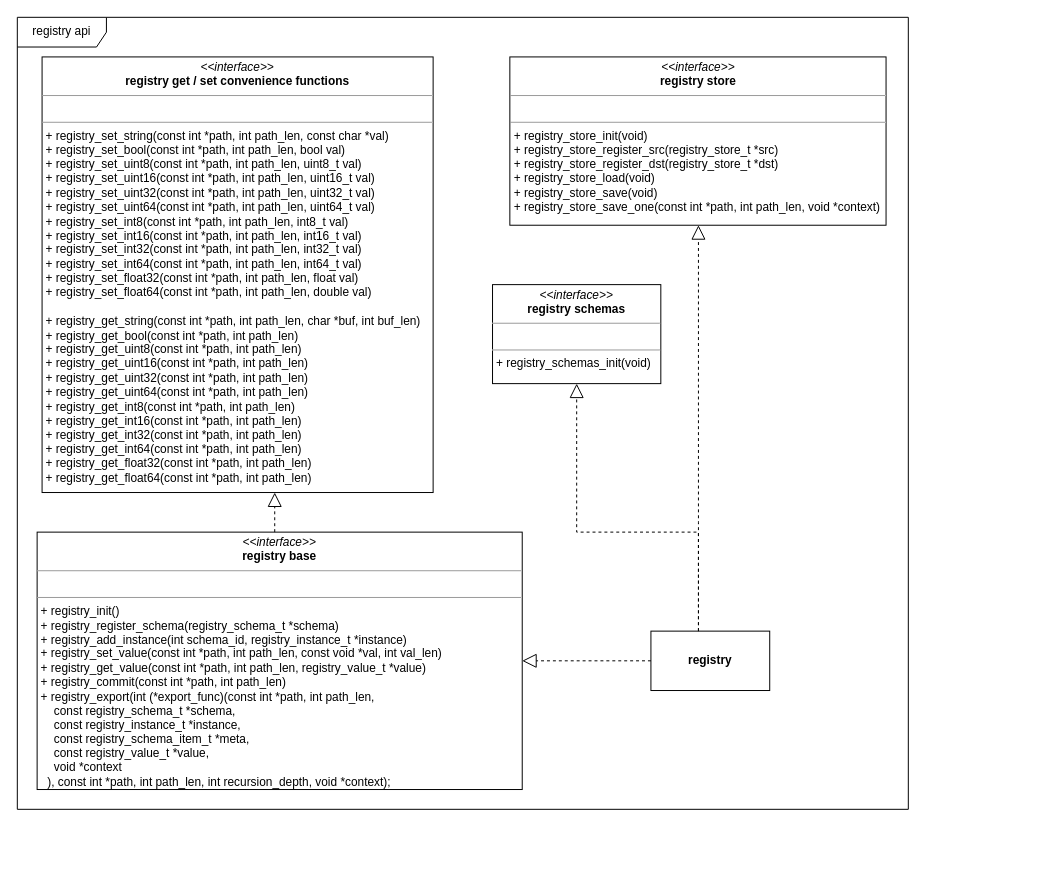
LasseRosenow/riot-runtime-config keeps this draw.io diagram as doc/drawio/api.drawio. Above is the earlier version. Source tidied: cells renumbered, new cells numbered last; positions are measured from the earlier drawing's top-left corner, leaving out a move shared by most shapes. Both pictures are drawn from the tidied source at 99%, with x=0, y=0 at pixel (17, 17).
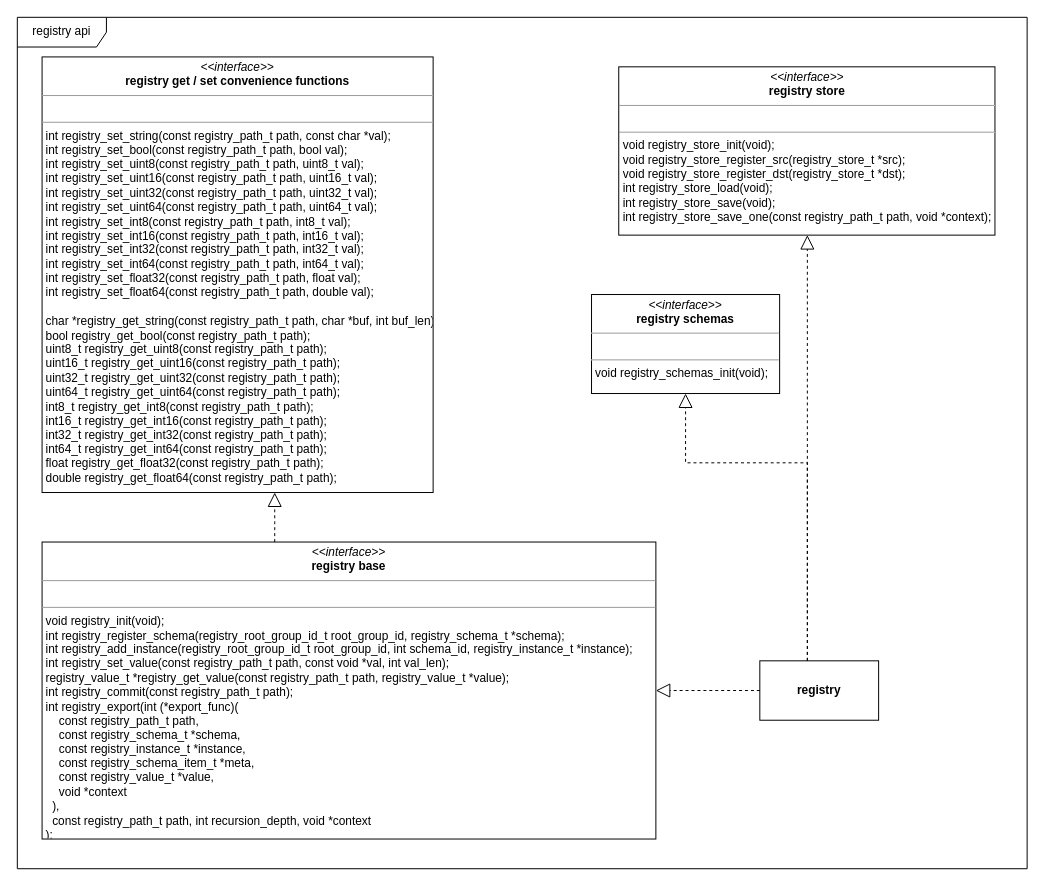
The same page after the edit.

What changed in the source:
```diff
@@
 <mxGraphModel background="#FFFFFF">
   <root>
     <mxCell id="0" />
     <mxCell id="1" parent="0" />
     <mxCell id="2" value="registry api" style="shape=umlFrame;whiteSpace=wrap;html=1;verticalAlign=top;width=90;height=30;swimlaneFillColor=#ffffff;" parent="1" vertex="1">
-      <mxGeometry width="900" height="800" as="geometry" />
+      <mxGeometry width="1020" height="860" as="geometry" />
     </mxCell>
-    <mxCell id="3" value="&lt;p style=&quot;margin: 0px ; margin-top: 4px ; text-align: center&quot;&gt;&lt;i&gt;&amp;lt;&amp;lt;interface&amp;gt;&amp;gt;&lt;/i&gt;&lt;br&gt;&lt;b&gt;registry base&lt;/b&gt;&lt;br&gt;&lt;/p&gt;&lt;hr size=&quot;1&quot;&gt;&lt;p style=&quot;margin: 0px ; margin-left: 4px&quot;&gt;&lt;br&gt;&lt;/p&gt;&lt;hr size=&quot;1&quot;&gt;&lt;p style=&quot;margin: 0px ; margin-left: 4px&quot;&gt;+ registry_init()&lt;/p&gt;&lt;p style=&quot;margin: 0px ; margin-left: 4px&quot;&gt;+ registry_register_schema(registry_schema_t *schema)&lt;/p&gt;&lt;p style=&quot;margin: 0px ; margin-left: 4px&quot;&gt;+ registry_add_instance(int schema_id, registry_instance_t *instance)&lt;/p&gt;&lt;p style=&quot;margin: 0px ; margin-left: 4px&quot;&gt;+ registry_set_value(const int *path, int path_len, const void *val, int val_len)&lt;/p&gt;&lt;p style=&quot;margin: 0px ; margin-left: 4px&quot;&gt;+ registry_get_value(const int *path, int path_len, registry_value_t *value)&lt;/p&gt;&lt;p style=&quot;margin: 0px ; margin-left: 4px&quot;&gt;+ registry_commit(const int *path, int path_len)&lt;/p&gt;&lt;p style=&quot;margin: 0px ; margin-left: 4px&quot;&gt;+&amp;nbsp;&lt;span&gt;registry_export(int (*export_func)(const int *path, int path_len,&lt;/span&gt;&lt;br&gt;&lt;/p&gt;&lt;p style=&quot;margin: 0px ; margin-left: 4px&quot;&gt;&amp;nbsp; &amp;nbsp; const registry_schema_t *schema,&lt;/p&gt;&lt;p style=&quot;margin: 0px ; margin-left: 4px&quot;&gt;&amp;nbsp; &amp;nbsp; const registry_instance_t *instance,&lt;/p&gt;&lt;p style=&quot;margin: 0px ; margin-left: 4px&quot;&gt;&amp;nbsp; &amp;nbsp; const registry_schema_item_t *meta,&lt;/p&gt;&lt;p style=&quot;margin: 0px ; margin-left: 4px&quot;&gt;&amp;nbsp; &amp;nbsp; const registry_value_t *value,&lt;/p&gt;&lt;p style=&quot;margin: 0px ; margin-left: 4px&quot;&gt;&amp;nbsp; &amp;nbsp; void *context&lt;/p&gt;&lt;p style=&quot;margin: 0px ; margin-left: 4px&quot;&gt;&amp;nbsp; ), const int *path, int path_len, int recursion_depth, void *context);&lt;/p&gt;" style="verticalAlign=top;align=left;overflow=fill;fontSize=12;fontFamily=Helvetica;html=1;" parent="1" vertex="1">
-      <mxGeometry x="20" y="520" width="490" height="260" as="geometry" />
+    <mxCell id="3" value="&lt;p style=&quot;margin: 0px ; margin-top: 4px ; text-align: center&quot;&gt;&lt;i&gt;&amp;lt;&amp;lt;interface&amp;gt;&amp;gt;&lt;/i&gt;&lt;br&gt;&lt;b&gt;registry base&lt;/b&gt;&lt;br&gt;&lt;/p&gt;&lt;hr size=&quot;1&quot;&gt;&lt;p style=&quot;margin: 0px ; margin-left: 4px&quot;&gt;&lt;br&gt;&lt;/p&gt;&lt;hr size=&quot;1&quot;&gt;&lt;p style=&quot;margin: 0px ; margin-left: 4px&quot;&gt;void registry_init(void);&lt;/p&gt;&lt;p style=&quot;margin: 0px ; margin-left: 4px&quot;&gt;int registry_register_schema(registry_root_group_id_t root_group_id, registry_schema_t *schema);&lt;/p&gt;&lt;p style=&quot;margin: 0px ; margin-left: 4px&quot;&gt;int registry_add_instance(registry_root_group_id_t root_group_id, int schema_id, registry_instance_t *instance);&lt;/p&gt;&lt;p style=&quot;margin: 0px ; margin-left: 4px&quot;&gt;int registry_set_value(const registry_path_t path, const void *val, int val_len);&lt;/p&gt;&lt;p style=&quot;margin: 0px ; margin-left: 4px&quot;&gt;registry_value_t *registry_get_value(const registry_path_t path, registry_value_t *value);&lt;/p&gt;&lt;p style=&quot;margin: 0px ; margin-left: 4px&quot;&gt;int registry_commit(const registry_path_t path);&lt;/p&gt;&lt;p style=&quot;margin: 0px ; margin-left: 4px&quot;&gt;int registry_export(int (*export_func)(&lt;/p&gt;&lt;p style=&quot;margin: 0px ; margin-left: 4px&quot;&gt;&amp;nbsp; &amp;nbsp; const registry_path_t path,&lt;/p&gt;&lt;p style=&quot;margin: 0px ; margin-left: 4px&quot;&gt;&amp;nbsp; &amp;nbsp; const registry_schema_t *schema,&lt;/p&gt;&lt;p style=&quot;margin: 0px ; margin-left: 4px&quot;&gt;&amp;nbsp; &amp;nbsp; const registry_instance_t *instance,&lt;/p&gt;&lt;p style=&quot;margin: 0px ; margin-left: 4px&quot;&gt;&amp;nbsp; &amp;nbsp; const registry_schema_item_t *meta,&lt;/p&gt;&lt;p style=&quot;margin: 0px ; margin-left: 4px&quot;&gt;&amp;nbsp; &amp;nbsp; const registry_value_t *value,&lt;/p&gt;&lt;p style=&quot;margin: 0px ; margin-left: 4px&quot;&gt;&amp;nbsp; &amp;nbsp; void *context&lt;/p&gt;&lt;p style=&quot;margin: 0px ; margin-left: 4px&quot;&gt;&amp;nbsp; ),&lt;/p&gt;&lt;p style=&quot;margin: 0px ; margin-left: 4px&quot;&gt;&amp;nbsp; const registry_path_t path, int recursion_depth, void *context&lt;/p&gt;&lt;p style=&quot;margin: 0px ; margin-left: 4px&quot;&gt;);&lt;/p&gt;" style="verticalAlign=top;align=left;overflow=fill;fontSize=12;fontFamily=Helvetica;html=1;" parent="1" vertex="1">
+      <mxGeometry x="25" y="530" width="620" height="300" as="geometry" />
     </mxCell>
-    <mxCell id="4" value="&lt;p style=&quot;margin: 0px ; margin-top: 4px ; text-align: center&quot;&gt;&lt;i&gt;&amp;lt;&amp;lt;interface&amp;gt;&amp;gt;&lt;/i&gt;&lt;br&gt;&lt;b&gt;registry store&lt;/b&gt;&lt;br&gt;&lt;/p&gt;&lt;hr size=&quot;1&quot;&gt;&lt;p style=&quot;margin: 0px ; margin-left: 4px&quot;&gt;&lt;br&gt;&lt;/p&gt;&lt;hr size=&quot;1&quot;&gt;&lt;p style=&quot;margin: 0px ; margin-left: 4px&quot;&gt;+ registry_store_init(void)&lt;br&gt;&lt;/p&gt;&lt;p style=&quot;margin: 0px ; margin-left: 4px&quot;&gt;+ registry_store_register_src(registry_store_t *src)&lt;br&gt;&lt;/p&gt;&lt;p style=&quot;margin: 0px ; margin-left: 4px&quot;&gt;+ registry_store_register_dst(registry_store_t *dst)&lt;br&gt;&lt;/p&gt;&lt;p style=&quot;margin: 0px ; margin-left: 4px&quot;&gt;+ registry_store_load(void)&lt;br&gt;&lt;/p&gt;&lt;p style=&quot;margin: 0px 0px 0px 4px&quot;&gt;+ registry_store_save(void)&lt;/p&gt;&lt;p style=&quot;margin: 0px 0px 0px 4px&quot;&gt;+ registry_store_save_one(const int *path, int path_len, void *context)&lt;/p&gt;" style="verticalAlign=top;align=left;overflow=fill;fontSize=12;fontFamily=Helvetica;html=1;" parent="1" vertex="1">
-      <mxGeometry x="497.5" y="40" width="380" height="170" as="geometry" />
+    <mxCell id="4" value="&lt;p style=&quot;margin: 0px ; margin-top: 4px ; text-align: center&quot;&gt;&lt;i&gt;&amp;lt;&amp;lt;interface&amp;gt;&amp;gt;&lt;/i&gt;&lt;br&gt;&lt;b&gt;registry store&lt;/b&gt;&lt;br&gt;&lt;/p&gt;&lt;hr size=&quot;1&quot;&gt;&lt;p style=&quot;margin: 0px ; margin-left: 4px&quot;&gt;&lt;br&gt;&lt;/p&gt;&lt;hr size=&quot;1&quot;&gt;&lt;p style=&quot;margin: 0px ; margin-left: 4px&quot;&gt;void registry_store_init(void);&lt;/p&gt;&lt;p style=&quot;margin: 0px ; margin-left: 4px&quot;&gt;void registry_store_register_src(registry_store_t *src);&lt;/p&gt;&lt;p style=&quot;margin: 0px ; margin-left: 4px&quot;&gt;void registry_store_register_dst(registry_store_t *dst);&lt;/p&gt;&lt;p style=&quot;margin: 0px ; margin-left: 4px&quot;&gt;int registry_store_load(void);&lt;/p&gt;&lt;p style=&quot;margin: 0px ; margin-left: 4px&quot;&gt;int registry_store_save(void);&lt;/p&gt;&lt;p style=&quot;margin: 0px ; margin-left: 4px&quot;&gt;int registry_store_save_one(const registry_path_t path, void *context);&lt;/p&gt;" style="verticalAlign=top;align=left;overflow=fill;fontSize=12;fontFamily=Helvetica;html=1;" parent="1" vertex="1">
+      <mxGeometry x="607.5" y="50" width="380" height="170" as="geometry" />
     </mxCell>
     <mxCell id="5" value="&lt;b&gt;registry&lt;/b&gt;" style="rounded=0;whiteSpace=wrap;html=1;" parent="1" vertex="1">
-      <mxGeometry x="640" y="620" width="120" height="60" as="geometry" />
+      <mxGeometry x="750" y="650" width="120" height="60" as="geometry" />
     </mxCell>
     <mxCell id="6" style="endArrow=block;dashed=1;endFill=0;endSize=12;html=1;edgeStyle=orthogonalEdgeStyle;rounded=0;" parent="1" edge="1" source="5" target="3">
       <mxGeometry relative="1" as="geometry" />
     </mxCell>
     <mxCell id="7" style="endArrow=block;dashed=1;endFill=0;endSize=12;html=1;edgeStyle=orthogonalEdgeStyle;rounded=0;" parent="1" edge="1" source="5" target="4">
       <mxGeometry relative="1" as="geometry">
         <Array as="points">
-          <mxPoint x="688" y="510" />
-          <mxPoint x="688" y="510" />
+          <mxPoint x="798" y="520" />
+          <mxPoint x="798" y="520" />
         </Array>
       </mxGeometry>
     </mxCell>
-    <mxCell id="8" value="&lt;p style=&quot;margin: 0px ; margin-top: 4px ; text-align: center&quot;&gt;&lt;i&gt;&amp;lt;&amp;lt;interface&amp;gt;&amp;gt;&lt;/i&gt;&lt;br&gt;&lt;b&gt;registry get / set convenience functions&lt;/b&gt;&lt;br&gt;&lt;/p&gt;&lt;hr size=&quot;1&quot;&gt;&lt;p style=&quot;margin: 0px ; margin-left: 4px&quot;&gt;&lt;br&gt;&lt;/p&gt;&lt;hr size=&quot;1&quot;&gt;&lt;p style=&quot;margin: 0px 0px 0px 4px&quot;&gt;+&amp;nbsp;registry_set_string(const int *path, int path_len, const char *val)&lt;/p&gt;&lt;p style=&quot;margin: 0px 0px 0px 4px&quot;&gt;+&amp;nbsp;registry_set_bool(const int *path, int path_len, bool val)&lt;/p&gt;&lt;p style=&quot;margin: 0px 0px 0px 4px&quot;&gt;+&amp;nbsp;registry_set_uint8(const int *path, int path_len, uint8_t val)&lt;/p&gt;&lt;p style=&quot;margin: 0px 0px 0px 4px&quot;&gt;+&amp;nbsp;registry_set_uint16(const int *path, int path_len, uint16_t val)&lt;/p&gt;&lt;p style=&quot;margin: 0px 0px 0px 4px&quot;&gt;+&amp;nbsp;registry_set_uint32(const int *path, int path_len, uint32_t val)&lt;/p&gt;&lt;p style=&quot;margin: 0px 0px 0px 4px&quot;&gt;+&amp;nbsp;registry_set_uint64(const int *path, int path_len, uint64_t val)&lt;/p&gt;&lt;p style=&quot;margin: 0px 0px 0px 4px&quot;&gt;+&amp;nbsp;registry_set_int8(const int *path, int path_len, int8_t val)&lt;/p&gt;&lt;p style=&quot;margin: 0px 0px 0px 4px&quot;&gt;+&amp;nbsp;registry_set_int16(const int *path, int path_len, int16_t val)&lt;/p&gt;&lt;p style=&quot;margin: 0px 0px 0px 4px&quot;&gt;+&amp;nbsp;registry_set_int32(const int *path, int path_len, int32_t val)&lt;/p&gt;&lt;p style=&quot;margin: 0px 0px 0px 4px&quot;&gt;+&amp;nbsp;registry_set_int64(const int *path, int path_len, int64_t val)&lt;/p&gt;&lt;p style=&quot;margin: 0px 0px 0px 4px&quot;&gt;+&amp;nbsp;registry_set_float32(const int *path, int path_len, float val)&lt;/p&gt;&lt;p style=&quot;margin: 0px 0px 0px 4px&quot;&gt;+&amp;nbsp;registry_set_float64(const int *path, int path_len, double val)&lt;/p&gt;&lt;p style=&quot;margin: 0px ; margin-left: 4px&quot;&gt;&lt;br&gt;&lt;/p&gt;&lt;p style=&quot;margin: 0px ; margin-left: 4px&quot;&gt;+&amp;nbsp;registry_get_string(const int *path, int path_len, char *buf, int buf_len)&lt;/p&gt;&lt;p style=&quot;margin: 0px ; margin-left: 4px&quot;&gt;+&amp;nbsp;registry_get_bool(const int *path, int path_len)&lt;/p&gt;&lt;p style=&quot;margin: 0px ; margin-left: 4px&quot;&gt;+&amp;nbsp;registry_get_uint8(const int *path, int path_len)&lt;/p&gt;&lt;p style=&quot;margin: 0px ; margin-left: 4px&quot;&gt;+&amp;nbsp;registry_get_uint16(const int *path, int path_len)&lt;/p&gt;&lt;p style=&quot;margin: 0px ; margin-left: 4px&quot;&gt;+&amp;nbsp;registry_get_uint32(const int *path, int path_len)&lt;/p&gt;&lt;p style=&quot;margin: 0px ; margin-left: 4px&quot;&gt;+&amp;nbsp;registry_get_uint64(const int *path, int path_len)&lt;/p&gt;&lt;p style=&quot;margin: 0px ; margin-left: 4px&quot;&gt;+&amp;nbsp;registry_get_int8(const int *path, int path_len)&lt;/p&gt;&lt;p style=&quot;margin: 0px ; margin-left: 4px&quot;&gt;+&amp;nbsp;registry_get_int16(const int *path, int path_len)&lt;/p&gt;&lt;p style=&quot;margin: 0px ; margin-left: 4px&quot;&gt;+&amp;nbsp;registry_get_int32(const int *path, int path_len)&lt;/p&gt;&lt;p style=&quot;margin: 0px ; margin-left: 4px&quot;&gt;+&amp;nbsp;registry_get_int64(const int *path, int path_len)&lt;/p&gt;&lt;p style=&quot;margin: 0px ; margin-left: 4px&quot;&gt;+&amp;nbsp;registry_get_float32(const int *path, int path_len)&lt;/p&gt;&lt;p style=&quot;margin: 0px ; margin-left: 4px&quot;&gt;+&amp;nbsp;registry_get_float64(const int *path, int path_len)&lt;/p&gt;" style="verticalAlign=top;align=left;overflow=fill;fontSize=12;fontFamily=Helvetica;html=1;" parent="1" vertex="1">
+    <mxCell id="8" value="&lt;p style=&quot;margin: 0px ; margin-top: 4px ; text-align: center&quot;&gt;&lt;i&gt;&amp;lt;&amp;lt;interface&amp;gt;&amp;gt;&lt;/i&gt;&lt;br&gt;&lt;b&gt;registry get / set convenience functions&lt;/b&gt;&lt;br&gt;&lt;/p&gt;&lt;hr size=&quot;1&quot;&gt;&lt;p style=&quot;margin: 0px ; margin-left: 4px&quot;&gt;&lt;br&gt;&lt;/p&gt;&lt;hr size=&quot;1&quot;&gt;&lt;p style=&quot;margin: 0px 0px 0px 4px&quot;&gt;&lt;span&gt;int registry_set_string(const registry_path_t path, const char *val);&lt;/span&gt;&lt;br&gt;&lt;/p&gt;&lt;p style=&quot;margin: 0px 0px 0px 4px&quot;&gt;int registry_set_bool(const registry_path_t path, bool val);&lt;/p&gt;&lt;p style=&quot;margin: 0px 0px 0px 4px&quot;&gt;int registry_set_uint8(const registry_path_t path, uint8_t val);&lt;/p&gt;&lt;p style=&quot;margin: 0px 0px 0px 4px&quot;&gt;int registry_set_uint16(const registry_path_t path, uint16_t val);&lt;/p&gt;&lt;p style=&quot;margin: 0px 0px 0px 4px&quot;&gt;int registry_set_uint32(const registry_path_t path, uint32_t val);&lt;/p&gt;&lt;p style=&quot;margin: 0px 0px 0px 4px&quot;&gt;int registry_set_uint64(const registry_path_t path, uint64_t val);&lt;/p&gt;&lt;p style=&quot;margin: 0px 0px 0px 4px&quot;&gt;int registry_set_int8(const registry_path_t path, int8_t val);&lt;/p&gt;&lt;p style=&quot;margin: 0px 0px 0px 4px&quot;&gt;int registry_set_int16(const registry_path_t path, int16_t val);&lt;/p&gt;&lt;p style=&quot;margin: 0px 0px 0px 4px&quot;&gt;int registry_set_int32(const registry_path_t path, int32_t val);&lt;/p&gt;&lt;p style=&quot;margin: 0px 0px 0px 4px&quot;&gt;int registry_set_int64(const registry_path_t path, int64_t val);&lt;/p&gt;&lt;p style=&quot;margin: 0px 0px 0px 4px&quot;&gt;int registry_set_float32(const registry_path_t path, float val);&lt;/p&gt;&lt;p style=&quot;margin: 0px 0px 0px 4px&quot;&gt;int registry_set_float64(const registry_path_t path, double val);&lt;/p&gt;&lt;p style=&quot;margin: 0px 0px 0px 4px&quot;&gt;&lt;br&gt;&lt;/p&gt;&lt;p style=&quot;margin: 0px ; margin-left: 4px&quot;&gt;char *registry_get_string(const registry_path_t path, char *buf, int buf_len);&lt;/p&gt;&lt;p style=&quot;margin: 0px ; margin-left: 4px&quot;&gt;bool registry_get_bool(const registry_path_t path);&lt;/p&gt;&lt;p style=&quot;margin: 0px ; margin-left: 4px&quot;&gt;uint8_t registry_get_uint8(const registry_path_t path);&lt;/p&gt;&lt;p style=&quot;margin: 0px ; margin-left: 4px&quot;&gt;uint16_t registry_get_uint16(const registry_path_t path);&lt;/p&gt;&lt;p style=&quot;margin: 0px ; margin-left: 4px&quot;&gt;uint32_t registry_get_uint32(const registry_path_t path);&lt;/p&gt;&lt;p style=&quot;margin: 0px ; margin-left: 4px&quot;&gt;uint64_t registry_get_uint64(const registry_path_t path);&lt;/p&gt;&lt;p style=&quot;margin: 0px ; margin-left: 4px&quot;&gt;int8_t registry_get_int8(const registry_path_t path);&lt;/p&gt;&lt;p style=&quot;margin: 0px ; margin-left: 4px&quot;&gt;int16_t registry_get_int16(const registry_path_t path);&lt;/p&gt;&lt;p style=&quot;margin: 0px ; margin-left: 4px&quot;&gt;int32_t registry_get_int32(const registry_path_t path);&lt;/p&gt;&lt;p style=&quot;margin: 0px ; margin-left: 4px&quot;&gt;int64_t registry_get_int64(const registry_path_t path);&lt;/p&gt;&lt;p style=&quot;margin: 0px ; margin-left: 4px&quot;&gt;float registry_get_float32(const registry_path_t path);&lt;/p&gt;&lt;p style=&quot;margin: 0px ; margin-left: 4px&quot;&gt;double registry_get_float64(const registry_path_t path);&lt;/p&gt;" style="verticalAlign=top;align=left;overflow=fill;fontSize=12;fontFamily=Helvetica;html=1;" parent="1" vertex="1">
       <mxGeometry x="25" y="40" width="395" height="440" as="geometry" />
     </mxCell>
     <mxCell id="9" style="endArrow=block;dashed=1;endFill=0;endSize=12;html=1;edgeStyle=orthogonalEdgeStyle;rounded=0;" parent="1" edge="1" source="3" target="8">
       <mxGeometry relative="1" as="geometry">
         <Array as="points">
           <mxPoint x="260" y="510" />
           <mxPoint x="260" y="510" />
         </Array>
       </mxGeometry>
     </mxCell>
-    <mxCell id="10" value="&lt;p style=&quot;margin: 0px ; margin-top: 4px ; text-align: center&quot;&gt;&lt;i&gt;&amp;lt;&amp;lt;interface&amp;gt;&amp;gt;&lt;/i&gt;&lt;br&gt;&lt;b&gt;registry schemas&lt;/b&gt;&lt;br&gt;&lt;/p&gt;&lt;hr size=&quot;1&quot;&gt;&lt;p style=&quot;margin: 0px ; margin-left: 4px&quot;&gt;&lt;br&gt;&lt;/p&gt;&lt;hr size=&quot;1&quot;&gt;&lt;p style=&quot;margin: 0px ; margin-left: 4px&quot;&gt;+ registry_schemas_init(void)&lt;/p&gt;" style="verticalAlign=top;align=left;overflow=fill;fontSize=12;fontFamily=Helvetica;html=1;" parent="1" vertex="1">
-      <mxGeometry x="480" y="270" width="170" height="100" as="geometry" />
+    <mxCell id="10" value="&lt;p style=&quot;margin: 0px ; margin-top: 4px ; text-align: center&quot;&gt;&lt;i&gt;&amp;lt;&amp;lt;interface&amp;gt;&amp;gt;&lt;/i&gt;&lt;br&gt;&lt;b&gt;registry schemas&lt;/b&gt;&lt;br&gt;&lt;/p&gt;&lt;hr size=&quot;1&quot;&gt;&lt;p style=&quot;margin: 0px ; margin-left: 4px&quot;&gt;&lt;br&gt;&lt;/p&gt;&lt;hr size=&quot;1&quot;&gt;&lt;p style=&quot;margin: 0px ; margin-left: 4px&quot;&gt;void registry_schemas_init(void);&lt;/p&gt;" style="verticalAlign=top;align=left;overflow=fill;fontSize=12;fontFamily=Helvetica;html=1;" parent="1" vertex="1">
+      <mxGeometry x="580" y="280" width="190" height="100" as="geometry" />
     </mxCell>
     <mxCell id="11" style="endArrow=block;dashed=1;endFill=0;endSize=12;html=1;edgeStyle=orthogonalEdgeStyle;rounded=0;" parent="1" edge="1" source="5" target="10">
       <mxGeometry relative="1" as="geometry">
         <Array as="points">
-          <mxPoint x="688" y="520" />
-          <mxPoint x="565" y="520" />
+          <mxPoint x="798" y="450" />
+          <mxPoint x="675" y="450" />
         </Array>
       </mxGeometry>
     </mxCell>
   </root>
 </mxGraphModel>
```
